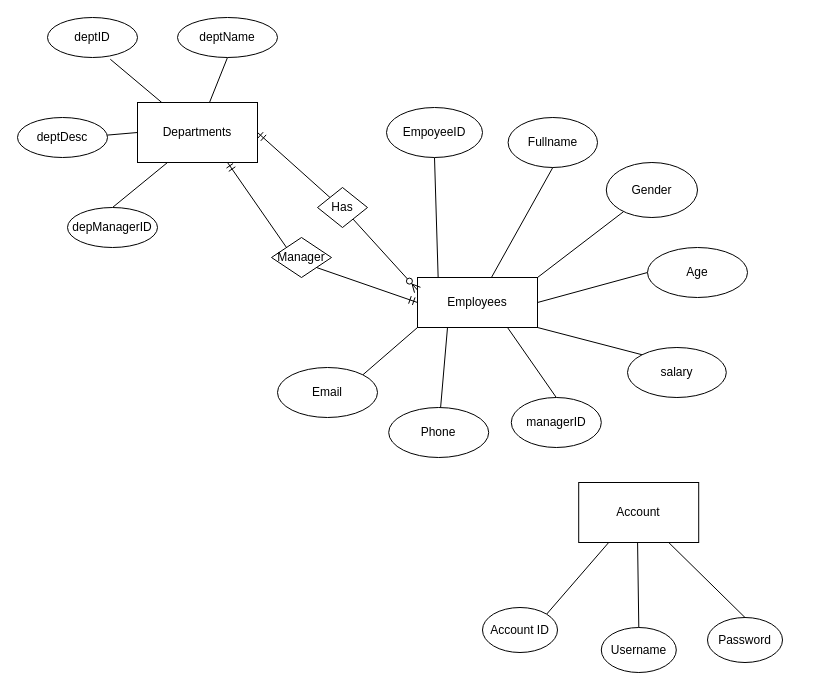
The draw.io diagram QLNS.drawio in dodangtuan/baitestjava1, before the edit. Source tidied: cells renumbered, new cells numbered last; positions are measured from the earlier drawing's top-left corner, leaving out a move shared by most shapes. Both pictures are drawn from the tidied source at 100%, with x=0, y=0 at pixel (17, 17).
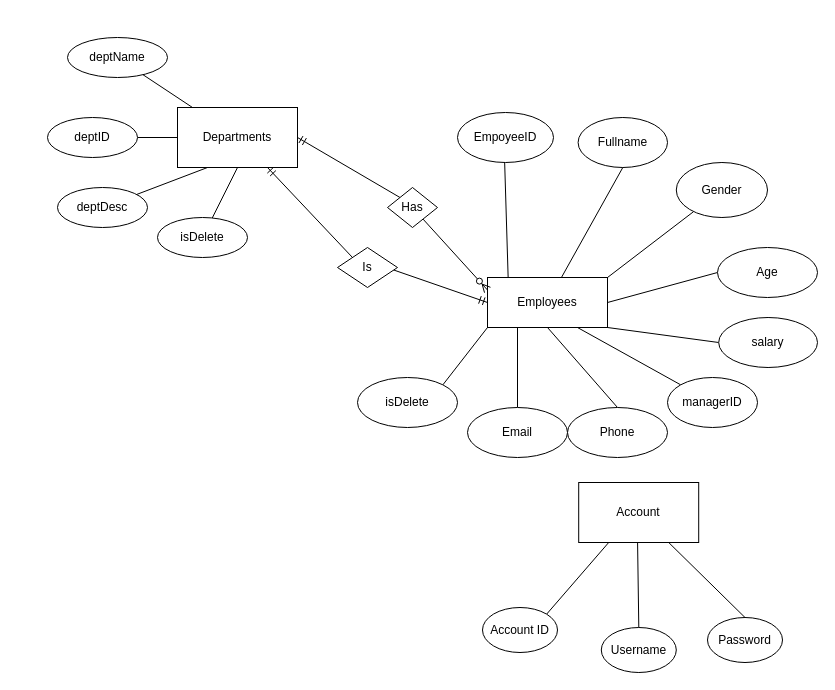
The same page after the edit.

Diff of the diagram source:
```diff
@@
-    <mxCell id="2" style="rounded=0;jettySize=auto;html=1;exitX=0.25;exitY=1;exitDx=0;exitDy=0;endArrow=none;endFill=0;" parent="1" edge="1" source="4" target="16">
+    <mxCell id="2" style="rounded=0;jettySize=auto;html=1;exitX=0.5;exitY=1;exitDx=0;exitDy=0;endArrow=none;endFill=0;entryX=0.5;entryY=0;entryDx=0;entryDy=0;" parent="1" edge="1" source="4" target="16">
       <mxGeometry relative="1" as="geometry" />
     </mxCell>
-    <mxCell id="3" style="rounded=0;jettySize=auto;html=1;exitX=1;exitY=1;exitDx=0;exitDy=0;entryX=0;entryY=0;entryDx=0;entryDy=0;endArrow=none;endFill=0;" parent="1" edge="1" source="4" target="37">
+    <mxCell id="3" style="rounded=0;jettySize=auto;html=1;exitX=1;exitY=1;exitDx=0;exitDy=0;entryX=0;entryY=0.5;entryDx=0;entryDy=0;endArrow=none;endFill=0;" parent="1" edge="1" source="4" target="37">
       <mxGeometry relative="1" as="geometry" />
     </mxCell>
+    <mxCell id="42" style="rounded=0;jettySize=auto;html=1;exitX=0;exitY=1;exitDx=0;exitDy=0;entryX=1;entryY=0;entryDx=0;entryDy=0;endArrow=none;endFill=0;" parent="1" edge="1" source="4" target="45">
+      <mxGeometry relative="1" as="geometry" />
+    </mxCell>
     <mxCell id="4" value="Employees" style="rounded=0;whiteSpace=wrap;html=1;" parent="1" vertex="1">
-      <mxGeometry x="400" y="260" width="120" height="50" as="geometry" />
+      <mxGeometry x="470" y="260" width="120" height="50" as="geometry" />
     </mxCell>
-    <mxCell id="5" style="rounded=0;jettySize=auto;html=1;exitX=0.25;exitY=1;exitDx=0;exitDy=0;entryX=0.5;entryY=0;entryDx=0;entryDy=0;endArrow=none;endFill=0;" parent="1" edge="1" source="8" target="21">
-      <mxGeometry relative="1" as="geometry" />
-    </mxCell>
-    <mxCell id="6" style="rounded=0;jettySize=auto;html=1;exitX=0;exitY=0.5;exitDx=0;exitDy=0;endArrow=none;endFill=0;" parent="1" edge="1" source="8" target="22">
-      <mxGeometry relative="1" as="geometry" />
-    </mxCell>
@@
+    <mxCell id="43" style="rounded=0;jettySize=auto;html=1;exitX=0.5;exitY=1;exitDx=0;exitDy=0;endArrow=none;endFill=0;" parent="1" edge="1" source="8" target="44">
+      <mxGeometry relative="1" as="geometry" />
+    </mxCell>
     <mxCell id="8" value="Departments" style="rounded=0;whiteSpace=wrap;html=1;glass=0;" parent="1" vertex="1">
-      <mxGeometry x="120" y="85" width="120" height="60" as="geometry" />
+      <mxGeometry x="160" y="90" width="120" height="60" as="geometry" />
     </mxCell>
@@
-    <mxCell id="10" style="rounded=0;jettySize=auto;html=1;exitX=0.5;exitY=1;exitDx=0;exitDy=0;entryX=0.172;entryY=-0.009;entryDx=0;entryDy=0;entryPerimeter=0;endArrow=none;endFill=0;" parent="1" edge="1" source="11" target="4">
-      <mxGeometry relative="1" as="geometry" />
+    <mxCell id="10" style="rounded=0;jettySize=auto;html=1;exitX=0.5;exitY=1;exitDx=0;exitDy=0;entryX=0.172;entryY=-0.009;entryDx=0;entryDy=0;entryPerimeter=0;endArrow=none;endFill=0;" parent="1" edge="1" target="4">
+      <mxGeometry relative="1" as="geometry">
+        <mxPoint x="487" y="140" as="sourcePoint" />
+      </mxGeometry>
     </mxCell>
     <mxCell id="11" value="EmpoyeeID" style="ellipse;whiteSpace=wrap;html=1;" parent="1" vertex="1">
-      <mxGeometry x="369" y="90" width="96" height="50" as="geometry" />
+      <mxGeometry x="440" y="95" width="96" height="50" as="geometry" />
     </mxCell>
@@
     <mxCell id="13" value="Fullname" style="ellipse;whiteSpace=wrap;html=1;" parent="1" vertex="1">
-      <mxGeometry x="490.6" y="100" width="89.4" height="50" as="geometry" />
+      <mxGeometry x="560.6" y="100" width="89.4" height="50" as="geometry" />
     </mxCell>
@@
     <mxCell id="15" value="Gender" style="ellipse;whiteSpace=wrap;html=1;" parent="1" vertex="1">
-      <mxGeometry x="588.8" y="145" width="91.2" height="55" as="geometry" />
+      <mxGeometry x="658.8" y="145" width="91.2" height="55" as="geometry" />
     </mxCell>
     <mxCell id="16" value="Phone" style="ellipse;whiteSpace=wrap;html=1;" parent="1" vertex="1">
-      <mxGeometry x="371.2" y="390" width="100" height="50" as="geometry" />
+      <mxGeometry x="550" y="390" width="100" height="50" as="geometry" />
     </mxCell>
-    <mxCell id="17" style="rounded=0;jettySize=auto;html=1;exitX=0.698;exitY=1.044;exitDx=0;exitDy=0;endArrow=none;endFill=0;exitPerimeter=0;" parent="1" edge="1" source="18" target="8">
+    <mxCell id="17" style="rounded=0;jettySize=auto;html=1;exitX=1;exitY=0.5;exitDx=0;exitDy=0;endArrow=none;endFill=0;entryX=0;entryY=0.5;entryDx=0;entryDy=0;" parent="1" edge="1" source="18" target="8">
       <mxGeometry relative="1" as="geometry" />
     </mxCell>
     <mxCell id="18" value="deptID" style="ellipse;whiteSpace=wrap;html=1;" parent="1" vertex="1">
-      <mxGeometry x="30" width="90" height="40" as="geometry" />
+      <mxGeometry x="30" y="100" width="90" height="40" as="geometry" />
     </mxCell>
-    <mxCell id="19" style="rounded=0;jettySize=auto;html=1;exitX=0.5;exitY=1;exitDx=0;exitDy=0;endArrow=none;endFill=0;" parent="1" edge="1" source="20" target="8">
+    <mxCell id="19" style="rounded=0;jettySize=auto;html=1;endArrow=none;endFill=0;" parent="1" edge="1" source="20" target="8">
       <mxGeometry relative="1" as="geometry" />
     </mxCell>
     <mxCell id="20" value="deptName" style="ellipse;whiteSpace=wrap;html=1;" parent="1" vertex="1">
-      <mxGeometry x="160" width="100" height="40" as="geometry" />
+      <mxGeometry x="50" y="20" width="100" height="40" as="geometry" />
     </mxCell>
-    <mxCell id="21" value="depManagerID" style="ellipse;whiteSpace=wrap;html=1;" parent="1" vertex="1">
-      <mxGeometry x="50" y="190" width="90" height="40" as="geometry" />
-    </mxCell>
-    <mxCell id="22" value="deptDesc" style="ellipse;whiteSpace=wrap;html=1;" parent="1" vertex="1">
-      <mxGeometry y="100" width="90" height="40" as="geometry" />
-    </mxCell>
@@
     <mxCell id="24" value="Has" style="rhombus;whiteSpace=wrap;html=1;" parent="1" vertex="1">
-      <mxGeometry x="300" y="170" width="50" height="40" as="geometry" />
+      <mxGeometry x="370" y="170" width="50" height="40" as="geometry" />
     </mxCell>
     <mxCell id="25" style="edgeStyle=orthogonalEdgeStyle;rounded=0;orthogonalLoop=1;jettySize=auto;html=1;exitX=0.5;exitY=1;exitDx=0;exitDy=0;" parent="1" edge="1">
       <mxGeometry relative="1" as="geometry">
-        <mxPoint x="520" y="380" as="sourcePoint" />
-        <mxPoint x="520" y="380" as="targetPoint" />
+        <mxPoint x="590" y="380" as="sourcePoint" />
+        <mxPoint x="590" y="380" as="targetPoint" />
       </mxGeometry>
     </mxCell>
-    <mxCell id="26" style="rounded=0;jettySize=auto;html=1;exitX=1;exitY=0;exitDx=0;exitDy=0;entryX=0;entryY=1;entryDx=0;entryDy=0;endArrow=none;endFill=0;" parent="1" edge="1" source="27" target="4">
+    <mxCell id="26" style="rounded=0;jettySize=auto;html=1;exitX=0.5;exitY=0;exitDx=0;exitDy=0;entryX=0.25;entryY=1;entryDx=0;entryDy=0;endArrow=none;endFill=0;" parent="1" edge="1" source="27" target="4">
       <mxGeometry relative="1" as="geometry" />
     </mxCell>
     <mxCell id="27" value="Email" style="ellipse;whiteSpace=wrap;html=1;" parent="1" vertex="1">
-      <mxGeometry x="260" y="350" width="100" height="50" as="geometry" />
+      <mxGeometry x="450" y="390" width="100" height="50" as="geometry" />
     </mxCell>
@@
     <mxCell id="36" value="Age" style="ellipse;whiteSpace=wrap;html=1;" parent="1" vertex="1">
-      <mxGeometry x="630" y="230" width="100" height="50" as="geometry" />
+      <mxGeometry x="700" y="230" width="100" height="50" as="geometry" />
     </mxCell>
     <mxCell id="37" value="salary" style="ellipse;whiteSpace=wrap;html=1;" parent="1" vertex="1">
-      <mxGeometry x="610" y="330" width="98.8" height="50" as="geometry" />
+      <mxGeometry x="701.2" y="300" width="98.8" height="50" as="geometry" />
     </mxCell>
-    <mxCell id="38" style="rounded=0;jettySize=auto;html=1;exitX=1;exitY=1;exitDx=0;exitDy=0;entryX=0;entryY=0.5;entryDx=0;entryDy=0;endArrow=ERmandOne;endFill=0;" parent="1" edge="1" source="39" target="4">
-      <mxGeometry relative="1" as="geometry" />
+    <mxCell id="38" style="rounded=0;jettySize=auto;html=1;exitX=1;exitY=1;exitDx=0;exitDy=0;entryX=0;entryY=0.5;entryDx=0;entryDy=0;endArrow=ERmandOne;endFill=0;" parent="1" edge="1" target="4">
+      <mxGeometry relative="1" as="geometry">
+        <mxPoint x="369" y="250" as="sourcePoint" />
+      </mxGeometry>
     </mxCell>
-    <mxCell id="39" value="Manager" style="rhombus;whiteSpace=wrap;html=1;" parent="1" vertex="1">
-      <mxGeometry x="254" y="220" width="60" height="40" as="geometry" />
+    <mxCell id="39" value="Is" style="rhombus;whiteSpace=wrap;html=1;" parent="1" vertex="1">
+      <mxGeometry x="320" y="230" width="60" height="40" as="geometry" />
     </mxCell>
-    <mxCell id="40" style="rounded=0;jettySize=auto;html=1;exitX=0.5;exitY=0;exitDx=0;exitDy=0;endArrow=none;endFill=0;entryX=0.75;entryY=1;entryDx=0;entryDy=0;" parent="1" edge="1" source="41" target="4">
+    <mxCell id="40" style="rounded=0;jettySize=auto;html=1;exitX=0;exitY=0;exitDx=0;exitDy=0;endArrow=none;endFill=0;entryX=0.75;entryY=1;entryDx=0;entryDy=0;" parent="1" edge="1" source="41" target="4">
       <mxGeometry relative="1" as="geometry" />
     </mxCell>
     <mxCell id="41" value="managerID" style="ellipse;whiteSpace=wrap;html=1;" parent="1" vertex="1">
-      <mxGeometry x="493.8" y="380" width="90" height="50" as="geometry" />
+      <mxGeometry x="650" y="360" width="90" height="50" as="geometry" />
     </mxCell>
+    <mxCell id="6" style="rounded=0;jettySize=auto;html=1;exitX=0.25;exitY=1;exitDx=0;exitDy=0;endArrow=none;endFill=0;" parent="1" edge="1" source="8" target="22">
+      <mxGeometry relative="1" as="geometry" />
+    </mxCell>
+    <mxCell id="22" value="deptDesc" style="ellipse;whiteSpace=wrap;html=1;" parent="1" vertex="1">
+      <mxGeometry x="40" y="170" width="90" height="40" as="geometry" />
+    </mxCell>
+    <mxCell id="44" value="isDelete" style="ellipse;whiteSpace=wrap;html=1;" parent="1" vertex="1">
+      <mxGeometry x="140" y="200" width="90" height="40" as="geometry" />
+    </mxCell>
+    <mxCell id="45" value="isDelete" style="ellipse;whiteSpace=wrap;html=1;" parent="1" vertex="1">
+      <mxGeometry x="340" y="360" width="100" height="50" as="geometry" />
+    </mxCell>
```
